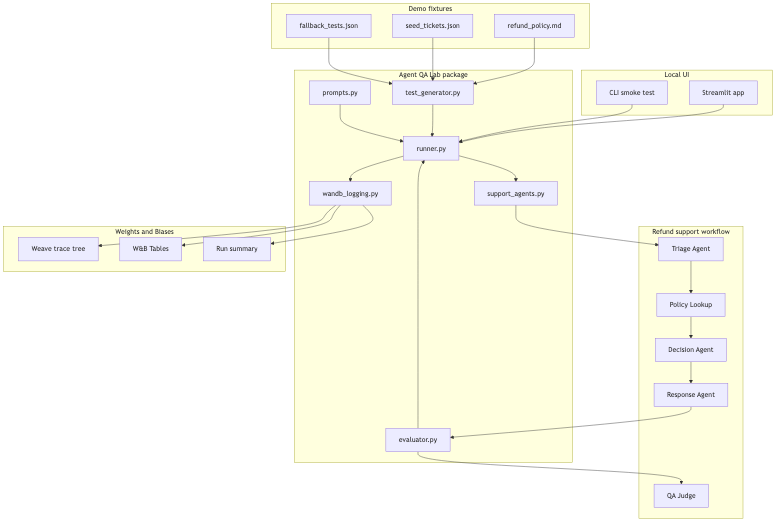
Above: docs/diagrams/agent-qa-lab-architecture.png in vyahhi/swarm-checkup (Mermaid), before the change. Its source is kept beside it as docs/diagrams/agent-qa-lab-architecture.mmd. Source of this version:
```mermaid
flowchart TB
    subgraph UI[Local UI]
        S[Streamlit app]
        CLI[CLI smoke test]
    end

    subgraph Data[Demo fixtures]
        Policy[refund_policy.md]
        Seeds[seed_tickets.json]
        Tests[fallback_tests.json]
    end

    subgraph Core[Agent QA Lab package]
        TG[test_generator.py]
        Runner[runner.py]
        Agents[support_agents.py]
        Eval[evaluator.py]
        Prompts[prompts.py]
        Log[wandb_logging.py]
    end

    subgraph AgentWorkflow[Refund support workflow]
        Triage[Triage Agent]
        Lookup[Policy Lookup]
        Decision[Decision Agent]
        Response[Response Agent]
        Judge[QA Judge]
    end

    subgraph WB[Weights and Biases]
        Weave[Weave trace tree]
        Tables[W&B Tables]
        Run[Run summary]
    end

    S --> Runner
    CLI --> Runner
    Policy --> TG
    Seeds --> TG
    Tests --> TG
    TG --> Runner
    Prompts --> Runner
    Runner --> Agents
    Agents --> Triage --> Lookup --> Decision --> Response
    Response --> Eval
    Eval --> Judge
    Eval --> Runner
    Runner --> Log
    Log --> Weave
    Log --> Tables
    Log --> Run
```
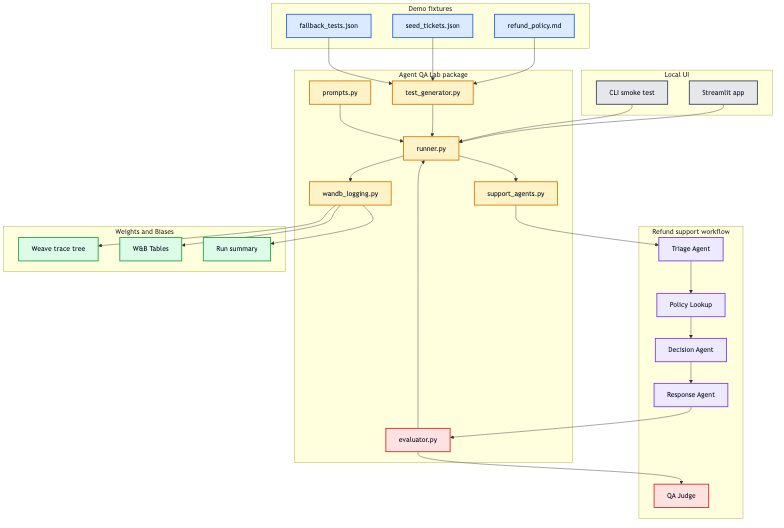
The same file after the commit.

Commit message:
Improve diagrams and embed flow

Diff of the diagram source:
```diff
@@ -49,3 +49,17 @@
     Log --> Weave
     Log --> Tables
     Log --> Run
+
+    classDef ui fill:#e5e7eb,stroke:#374151,color:#0f172a,stroke-width:2px
+    classDef data fill:#dbeafe,stroke:#2563eb,color:#0f172a,stroke-width:2px
+    classDef core fill:#fef3c7,stroke:#d97706,color:#0f172a,stroke-width:2px
+    classDef workflow fill:#ede9fe,stroke:#7c3aed,color:#0f172a,stroke-width:2px
+    classDef eval fill:#fee2e2,stroke:#dc2626,color:#0f172a,stroke-width:2px
+    classDef wandb fill:#dcfce7,stroke:#16a34a,color:#0f172a,stroke-width:2px
+
+    class S,CLI ui
+    class Policy,Seeds,Tests data
+    class TG,Runner,Agents,Prompts,Log core
+    class Triage,Lookup,Decision,Response workflow
+    class Eval,Judge eval
+    class Weave,Tables,Run wandb
```
